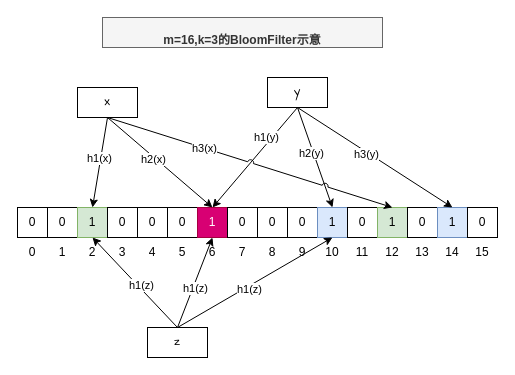
This is BloomFilter.drawio from GerryLon/assets, a draw.io file, before an edit. Source tidied: cells renumbered, new cells numbered last; positions are measured from the earlier drawing's top-left corner, leaving out a move shared by most shapes. Both pictures are drawn from the tidied source at 100%, with x=0, y=0 at pixel (17, 17).
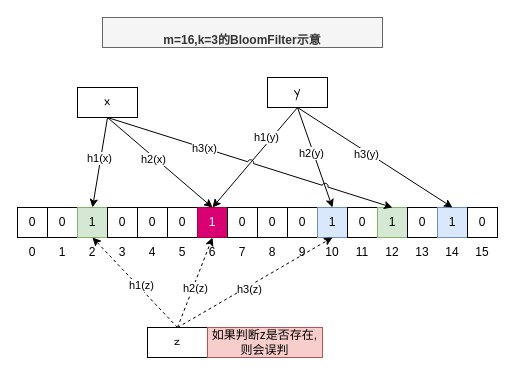
Above is the later version.

The change refers to these unchanged cells:
```xml
<mxCell id="20" value="2" style="text;html=1;strokeColor=none;fillColor=none;align=center;verticalAlign=middle;whiteSpace=wrap;rounded=0;" parent="1" vertex="1">
  <mxGeometry x="60" y="220" width="30" height="30" as="geometry" />
</mxCell>
<mxCell id="24" value="6" style="text;html=1;strokeColor=none;fillColor=none;align=center;verticalAlign=middle;whiteSpace=wrap;rounded=0;" parent="1" vertex="1">
  <mxGeometry x="180" y="220" width="30" height="30" as="geometry" />
</mxCell>
<mxCell id="28" value="10" style="text;html=1;strokeColor=none;fillColor=none;align=center;verticalAlign=middle;whiteSpace=wrap;rounded=0;" parent="1" vertex="1">
  <mxGeometry x="300" y="220" width="30" height="30" as="geometry" />
</mxCell>
<mxCell id="48" value="&lt;div&gt;&lt;font&gt;z&lt;/font&gt;&lt;/div&gt;" style="text;html=1;strokeColor=default;fillColor=none;align=center;verticalAlign=middle;whiteSpace=wrap;rounded=0;fontFamily=Comic Sans MS;" parent="1" vertex="1">
  <mxGeometry x="130" y="310" width="60" height="30" as="geometry" />
</mxCell>
```

The edit, as a diff of the source:
```diff
@@
-    <mxCell id="50" style="endArrow=classic;html=1;rounded=0;exitX=0.5;exitY=0;exitDx=0;exitDy=0;entryX=0.5;entryY=0;entryDx=0;entryDy=0;" parent="1" edge="1" source="48" target="20">
+    <mxCell id="50" style="endArrow=classic;html=1;rounded=0;exitX=0.5;exitY=0;exitDx=0;exitDy=0;entryX=0.5;entryY=0;entryDx=0;entryDy=0;dashed=1;" parent="1" edge="1" source="48" target="20">
       <mxGeometry relative="1" as="geometry" />
     </mxCell>
@@
-    <mxCell id="52" style="endArrow=classic;html=1;rounded=0;exitX=0.5;exitY=0;exitDx=0;exitDy=0;entryX=0.5;entryY=0;entryDx=0;entryDy=0;" parent="1" edge="1" source="48" target="24">
+    <mxCell id="52" style="endArrow=classic;html=1;rounded=0;exitX=0.5;exitY=0;exitDx=0;exitDy=0;entryX=0.5;entryY=0;entryDx=0;entryDy=0;dashed=1;" parent="1" edge="1" source="48" target="24">
       <mxGeometry relative="1" as="geometry" />
     </mxCell>
-    <mxCell id="53" value="h1(z)" style="edgeLabel;html=1;align=center;verticalAlign=middle;" parent="52" vertex="1">
+    <mxCell id="53" value="h2(z)" style="edgeLabel;html=1;align=center;verticalAlign=middle;" parent="52" vertex="1">
       <mxGeometry x="-0.1" y="-2" relative="1" as="geometry" />
     </mxCell>
-    <mxCell id="54" style="endArrow=classic;html=1;rounded=0;exitX=0.5;exitY=0;exitDx=0;exitDy=0;entryX=0.5;entryY=0;entryDx=0;entryDy=0;" parent="1" edge="1" source="48" target="28">
+    <mxCell id="54" style="endArrow=classic;html=1;rounded=0;exitX=0.5;exitY=0;exitDx=0;exitDy=0;entryX=0.5;entryY=0;entryDx=0;entryDy=0;dashed=1;" parent="1" edge="1" source="48" target="28">
       <mxGeometry relative="1" as="geometry" />
     </mxCell>
-    <mxCell id="55" value="h1(z)" style="edgeLabel;html=1;align=center;verticalAlign=middle;" parent="54" vertex="1">
+    <mxCell id="55" value="h3(z)" style="edgeLabel;html=1;align=center;verticalAlign=middle;" parent="54" vertex="1">
       <mxGeometry x="-0.1" y="-2" relative="1" as="geometry" />
     </mxCell>
+    <mxCell id="56" value="如果判断z是否存在, 则会误判" style="text;html=1;strokeColor=#b85450;fillColor=#f8cecc;align=center;verticalAlign=middle;whiteSpace=wrap;rounded=0;" parent="1" vertex="1">
+      <mxGeometry x="190" y="310" width="115" height="30" as="geometry" />
+    </mxCell>
```
